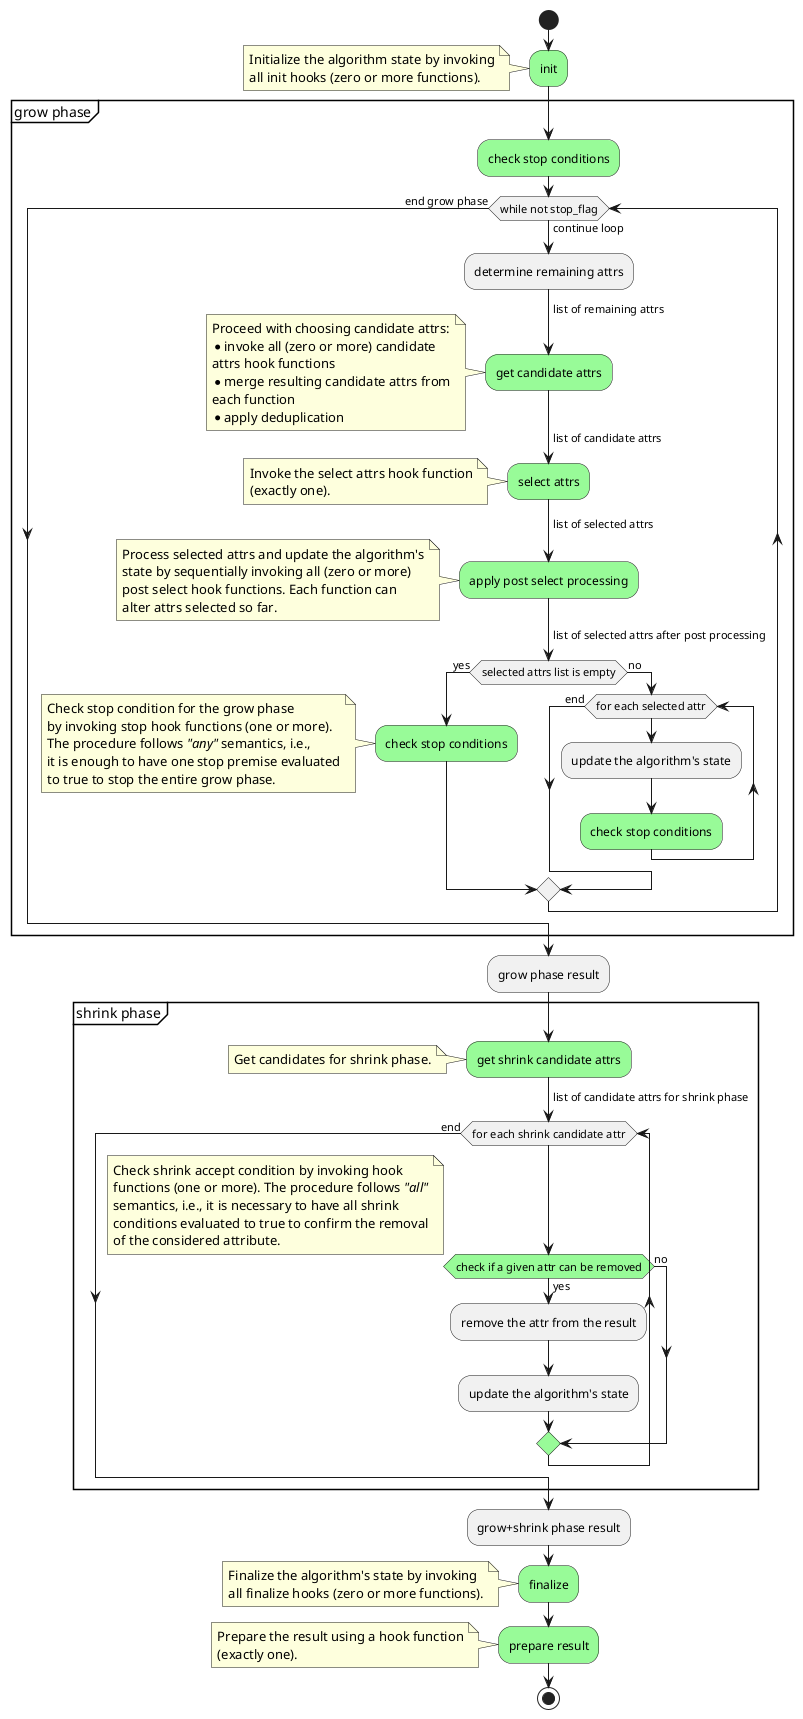
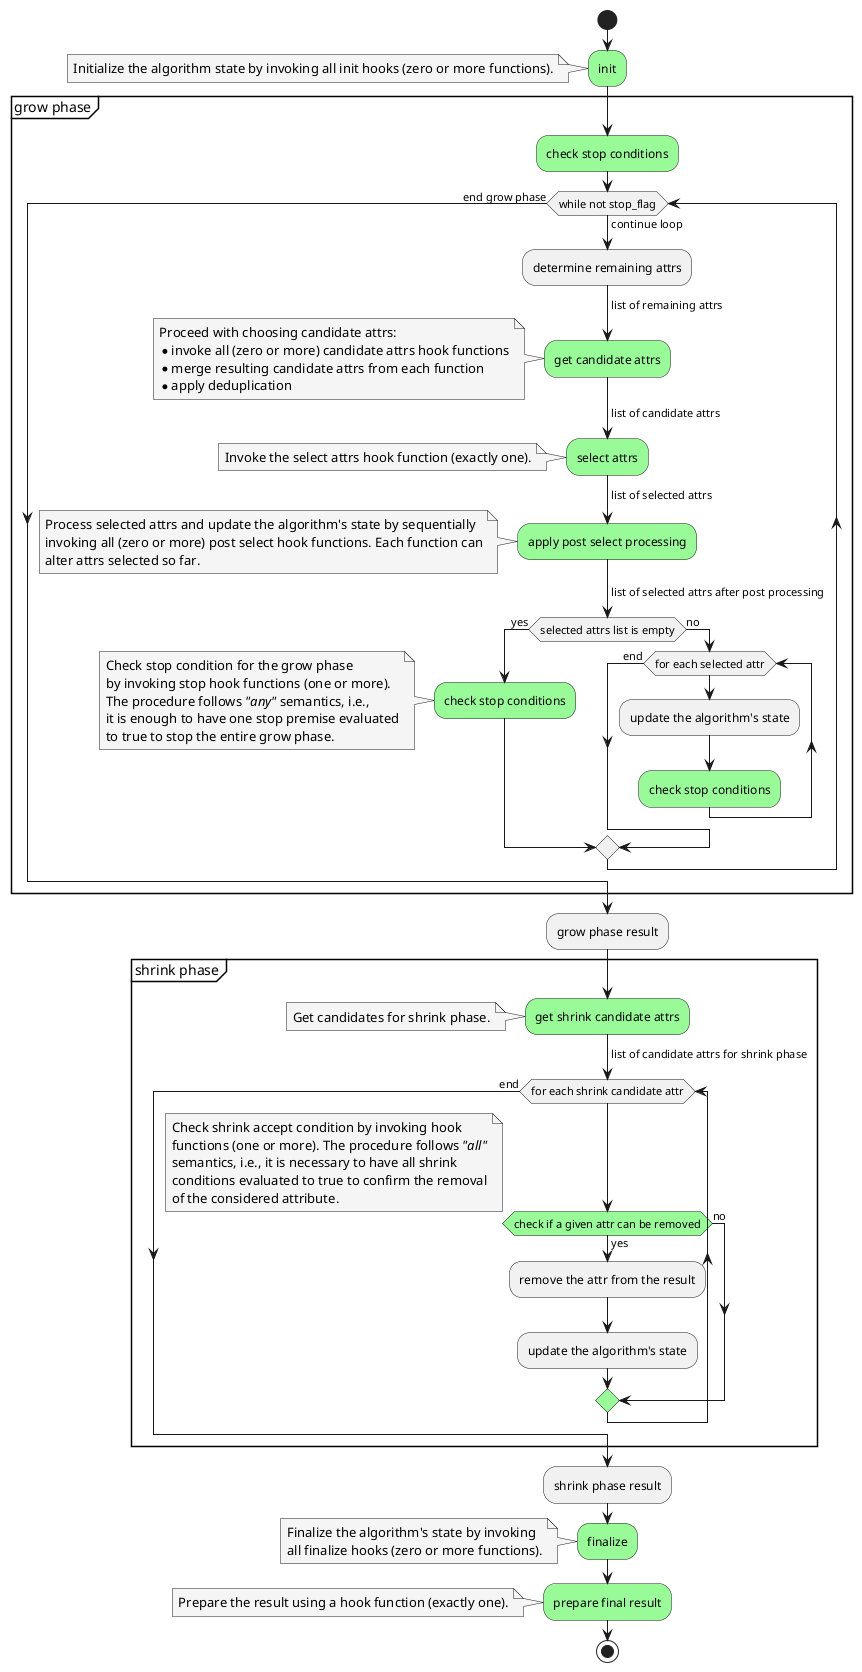
@startuml

skinparam ConditionEndStyle diamond

start
#palegreen:init;
- note left
-     Initialize the algorithm state by invoking
-     all init hooks (zero or more functions).
+ note left #WhiteSmoke
+     Initialize the algorithm state by invoking all init hooks (zero or more functions).
end note

group grow phase

#palegreen:check stop conditions;

while (while not stop_flag) is (continue loop)
    :determine remaining attrs;
    -> list of remaining attrs;

    #palegreen:get candidate attrs;
-     note left
+     note left #WhiteSmoke
        Proceed with choosing candidate attrs:
-         * invoke all (zero or more) candidate
-         attrs hook functions
-         * merge resulting candidate attrs from
-         each function
+         * invoke all (zero or more) candidate attrs hook functions
+         * merge resulting candidate attrs from each function
        * apply deduplication
    end note
    -> list of candidate attrs;

    #palegreen:select attrs;
-     note left
-         Invoke the select attrs hook function
-         (exactly one).
+     note left #WhiteSmoke
+         Invoke the select attrs hook function (exactly one).
    end note
    -> list of selected attrs;

    #palegreen:apply post select processing;
-     note left
-         Process selected attrs and update the algorithm's
-         state by sequentially invoking all (zero or more)
-         post select hook functions. Each function can
+     note left #WhiteSmoke
+         Process selected attrs and update the algorithm's state by sequentially
+         invoking all (zero or more) post select hook functions. Each function can
        alter attrs selected so far.
    end note
    -> list of selected attrs after post processing;

    if (selected attrs list is empty) then (yes)
        #palegreen:check stop conditions;
-         note left
+         note left #WhiteSmoke
            Check stop condition for the grow phase
            by invoking stop hook functions (one or more).
            The procedure follows //"any"// semantics, i.e.,
            it is enough to have one stop premise evaluated
            to true to stop the entire grow phase.
        end note
    else (no)
        while (for each selected attr)
            :update the algorithm's state;
            #palegreen:check stop conditions;
        endwhile (end)
    endif

endwhile (end grow phase)
end group

:grow phase result;

group shrink phase
    #palegreen:get shrink candidate attrs;
-     note left
+     note left #WhiteSmoke
        Get candidates for shrink phase.
    end note
    -> list of candidate attrs for shrink phase;
    while (for each shrink candidate attr)
        #palegreen:if (check if a given attr can be removed) then (yes)
-             note left
+             note left #WhiteSmoke
                Check shrink accept condition by invoking hook
                functions (one or more). The procedure follows //"all"//
                semantics, i.e., it is necessary to have all shrink
                conditions evaluated to true to confirm the removal
                of the considered attribute.
            end note

            :remove the attr from the result;
            :update the algorithm's state;
        else (no)
        endif
    endwhile (end)
end group

- :grow+shrink phase result;
+ :shrink phase result;

#palegreen:finalize;
- note left
+ note left #WhiteSmoke
    Finalize the algorithm's state by invoking
    all finalize hooks (zero or more functions).
end note

- #palegreen:prepare result;
- note left
-     Prepare the result using a hook function
-     (exactly one).
+ #palegreen:prepare final result;
+ note left #WhiteSmoke
+     Prepare the result using a hook function (exactly one).
end note

stop
@enduml
